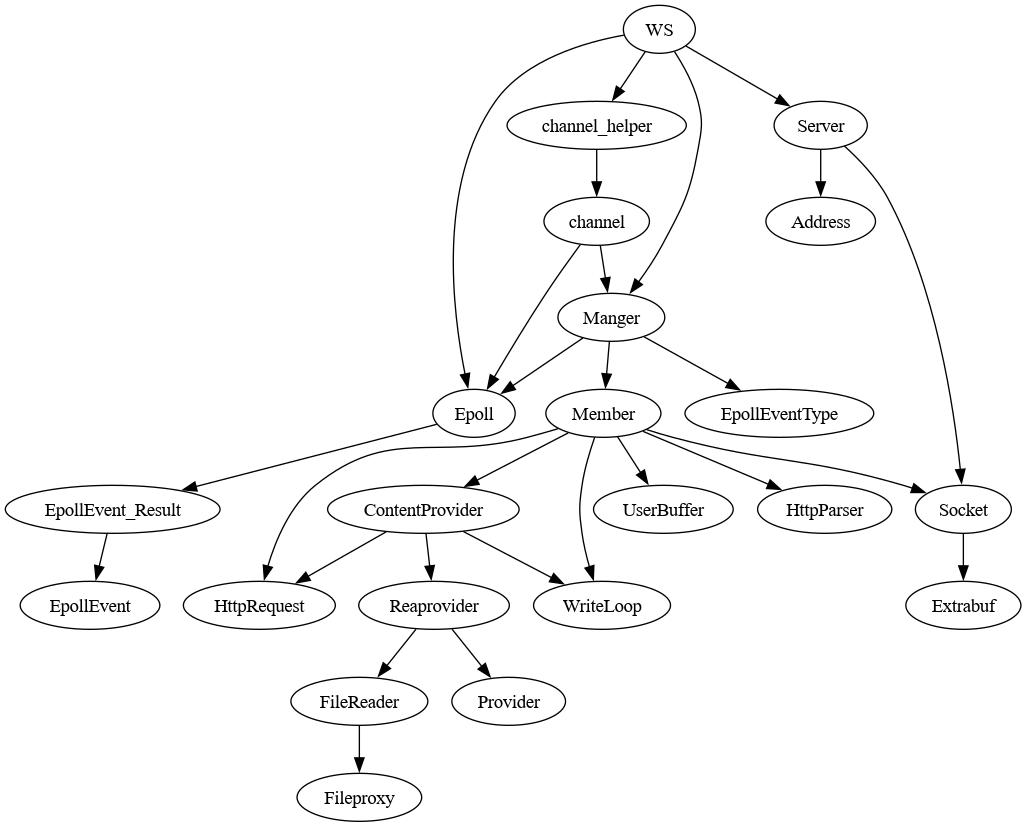
Earlier version of the Graphviz export PerformanceAnalysis/config.png (Yuanmxc/LWebServer). Its source is kept beside it as PerformanceAnalysis/config.dot. Its diagram source:
```dot
digraph config{
    WS -> {channel_helper, Server,Manger,Epoll}
    channel_helper -> {channel, channel, channel}
    channel -> {Manger,Epoll}
    Epoll -> {EpollEvent_Result}
    EpollEvent_Result -> {EpollEvent}
    Server ->{Socket,Address}
    Socket -> {Extrabuf}
    Manger -> {Member,Epoll,EpollEventType}
    Member -> {HttpParser,HttpRequest,Socket,WriteLoop,ContentProvider,UserBuffer}
    ContentProvider -> {Reaprovider,HttpRequest,WriteLoop}
    Reaprovider -> {FileReader,Provider}
    FileReader -> {Fileproxy}
}
```
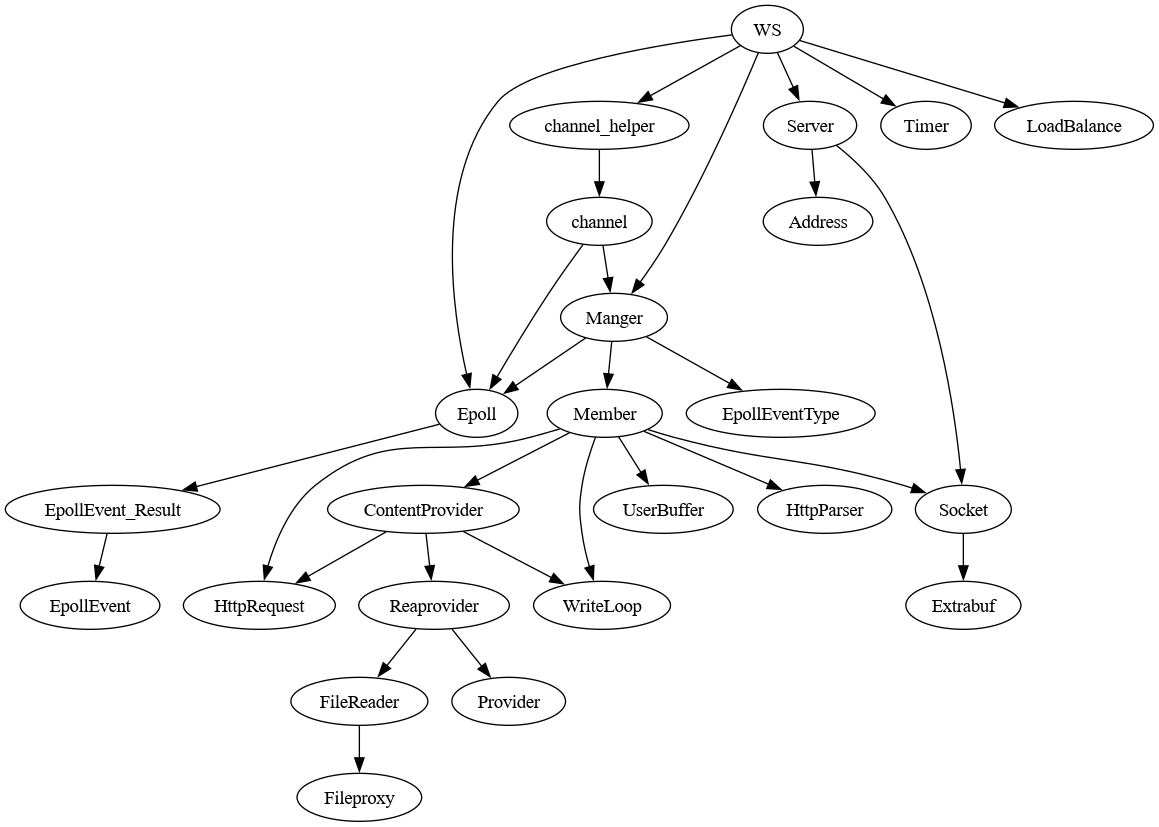
Later version of the same file.

What changed in the source:
```diff
@@ -1,5 +1,5 @@
 digraph config{
-    WS -> {channel_helper, Server,Manger,Epoll}
+    WS -> {channel_helper, Server,Manger,Epoll, Timer, LoadBalance}
     channel_helper -> {channel, channel, channel}
     channel -> {Manger,Epoll}
     Epoll -> {EpollEvent_Result}
```
